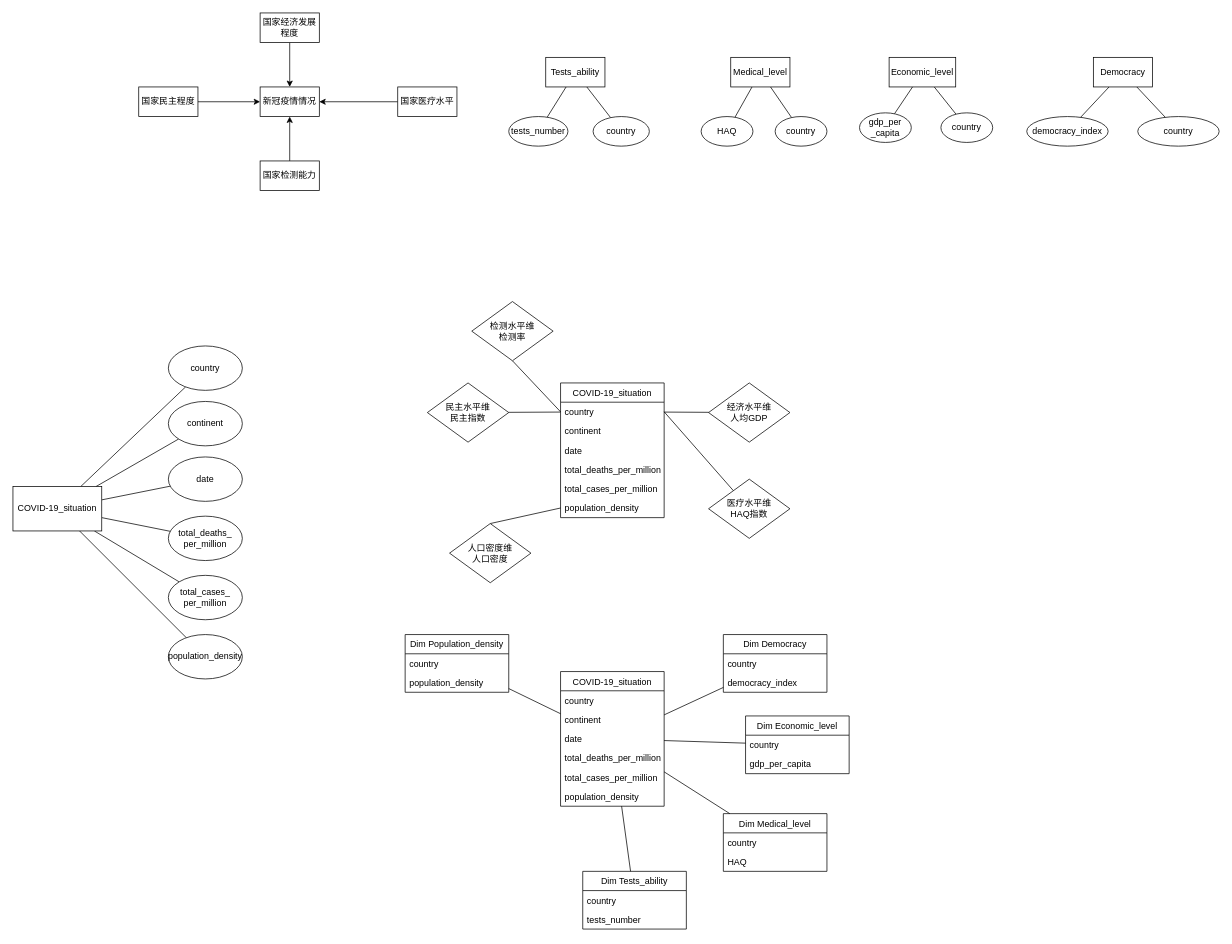
Before: 数据仓库.drawio in jrsmith12138/diagrams, a draw.io diagram. Source tidied: cells renumbered, new cells numbered last; positions are measured from the earlier drawing's top-left corner, leaving out a move shared by most shapes. Both pictures are drawn from the tidied source at 74%, with x=0, y=0 at pixel (13, 13).
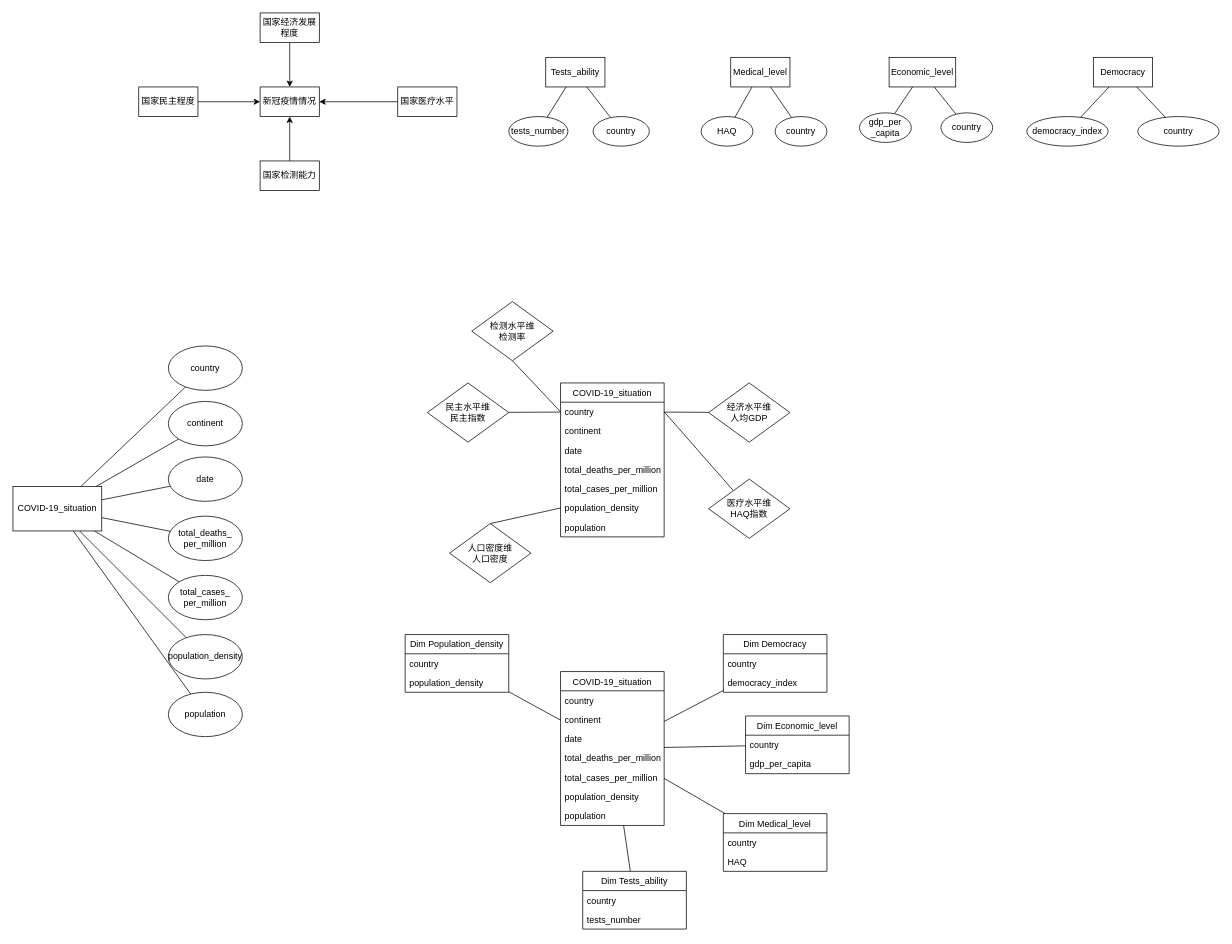
The same page after the edit.

The change refers to these unchanged cells:
```xml
<mxCell id="37" value="COVID-19_situation" style="rounded=0;whiteSpace=wrap;html=1;" parent="1" vertex="1">
  <mxGeometry y="640" width="120" height="60" as="geometry" />
</mxCell>
```

Change to the diagram source:
```diff
@@
     <mxCell id="44" value="COVID-19_situation" style="swimlane;fontStyle=0;horizontal=1;startSize=26;fillColor=none;" parent="1" vertex="1">
-      <mxGeometry x="740" y="500" width="140" height="182" as="geometry" />
+      <mxGeometry x="740" y="500" width="140" height="208" as="geometry" />
     </mxCell>
@@
+    <mxCell id="88" value="population" style="text;strokeColor=none;fillColor=none;align=left;verticalAlign=top;spacingLeft=4;spacingRight=4;overflow=hidden;" parent="44" vertex="1">
+      <mxGeometry y="182" width="140" height="26" as="geometry" />
+    </mxCell>
@@
     <mxCell id="61" value="COVID-19_situation" style="swimlane;fontStyle=0;horizontal=1;startSize=26;fillColor=none;" parent="1" vertex="1">
-      <mxGeometry x="740" y="890" width="140" height="182" as="geometry" />
+      <mxGeometry x="740" y="890" width="140" height="208" as="geometry" />
     </mxCell>
@@
+    <mxCell id="89" value="population" style="text;strokeColor=none;fillColor=none;align=left;verticalAlign=top;spacingLeft=4;spacingRight=4;overflow=hidden;" parent="61" vertex="1">
+      <mxGeometry y="182" width="140" height="26" as="geometry" />
+    </mxCell>
@@
+    <mxCell id="90" style="rounded=0;jettySize=auto;html=1;endArrow=none;endFill=0;" parent="1" edge="1" source="91" target="37">
+      <mxGeometry relative="1" as="geometry" />
+    </mxCell>
+    <mxCell id="91" value="population" style="ellipse;whiteSpace=wrap;html=1;" parent="1" vertex="1">
+      <mxGeometry x="210" y="918" width="100" height="60" as="geometry" />
+    </mxCell>
```
